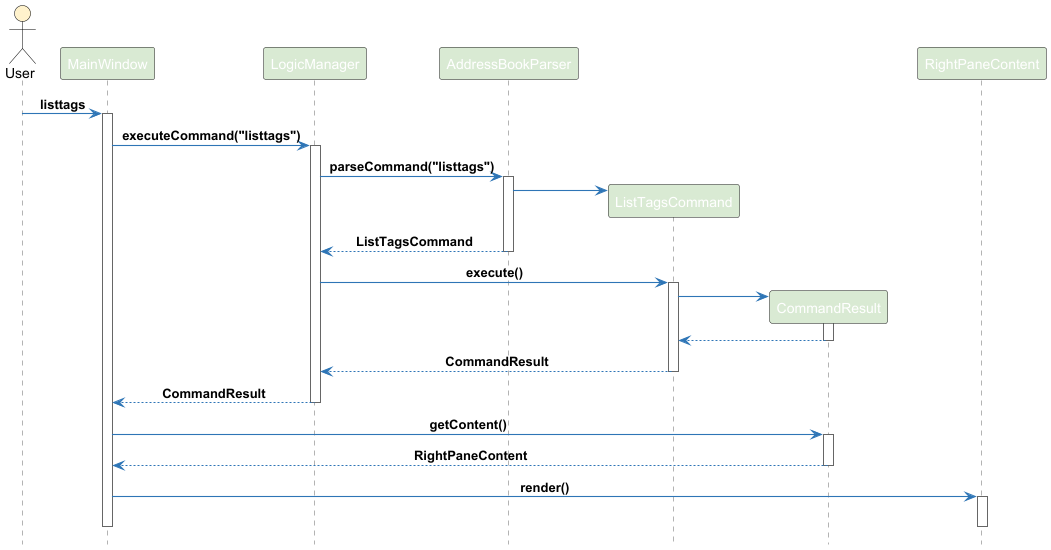
aqfw/tp keeps this PlantUML diagram as docs/images/RightPaneContentSequenceDiagram.png. Above is the earlier version.
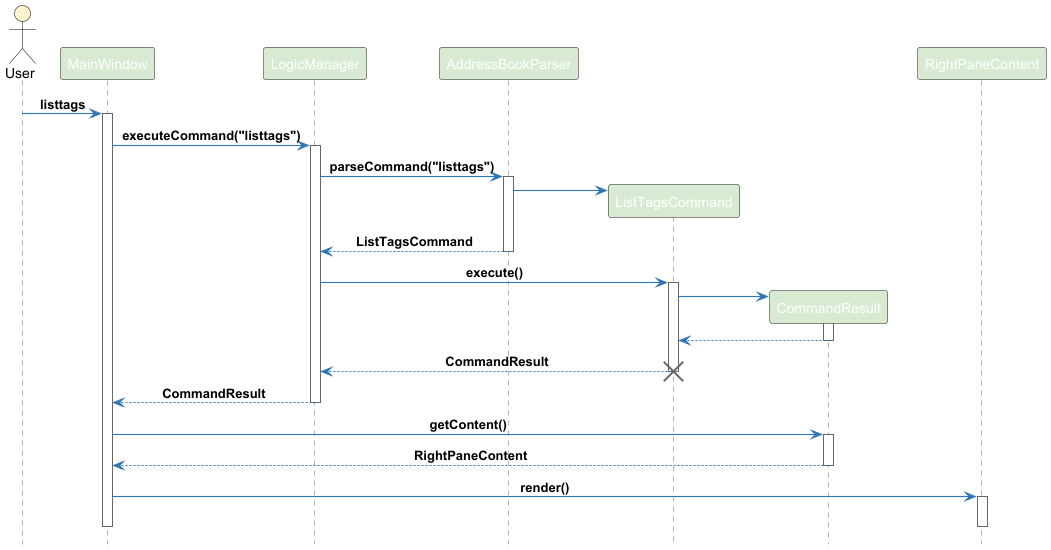
The same file after the commit.

Commit message:
Update UML diagram

Diff of the diagram source:
```diff
@@ -50,6 +50,8 @@
 ListTagsCommand --> LogicManager : CommandResult
 deactivate ListTagsCommand
 
+destroy ListTagsCommand
+
 LogicManager --> MainWindow : CommandResult
 deactivate LogicManager
 
```
